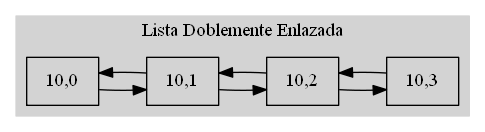
Tiago-130414/EDD_1S2019_P1_201313722 keeps this Graphviz diagram as graficaLD.png. Above is the earlier version. Its source is kept beside it as graficaLD.dot. Source of this version:
```dot
digraph{
rankdir=LR;
subgraph cluster_0{style=filled;color = lightgrey;node[shape=rectangle]
Nodo10C0[label="10,0"]
Nodo10C1[label="10,1"]
Nodo10C2[label="10,2"]
Nodo10C3[label="10,3"]
Nodo10C0->Nodo10C1
Nodo10C1->Nodo10C0
Nodo10C1->Nodo10C2
Nodo10C2->Nodo10C1
Nodo10C2->Nodo10C3
Nodo10C3->Nodo10C2
label = "Lista Doblemente Enlazada";
}
}
```
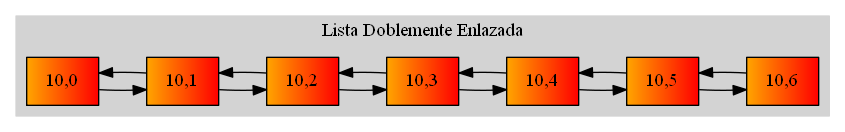
The same diagram one commit later.

What changed in the source:
```diff
@@ -1,16 +1,25 @@
 digraph{
 rankdir=LR;
 subgraph cluster_0{style=filled;color = lightgrey;node[shape=rectangle]
-Nodo10C0[label="10,0"]
-Nodo10C1[label="10,1"]
-Nodo10C2[label="10,2"]
-Nodo10C3[label="10,3"]
+Nodo10C0[label="10,0"style = filled, fillcolor = "orange:red"];
+Nodo10C1[label="10,1"style = filled, fillcolor = "orange:red"];
+Nodo10C2[label="10,2"style = filled, fillcolor = "orange:red"];
+Nodo10C3[label="10,3"style = filled, fillcolor = "orange:red"];
+Nodo10C4[label="10,4"style = filled, fillcolor = "orange:red"];
+Nodo10C5[label="10,5"style = filled, fillcolor = "orange:red"];
+Nodo10C6[label="10,6"style = filled, fillcolor = "orange:red"];
 Nodo10C0->Nodo10C1
 Nodo10C1->Nodo10C0
 Nodo10C1->Nodo10C2
 Nodo10C2->Nodo10C1
 Nodo10C2->Nodo10C3
 Nodo10C3->Nodo10C2
+Nodo10C3->Nodo10C4
+Nodo10C4->Nodo10C3
+Nodo10C4->Nodo10C5
+Nodo10C5->Nodo10C4
+Nodo10C5->Nodo10C6
+Nodo10C6->Nodo10C5
 label = "Lista Doblemente Enlazada";
 }
 }
```
